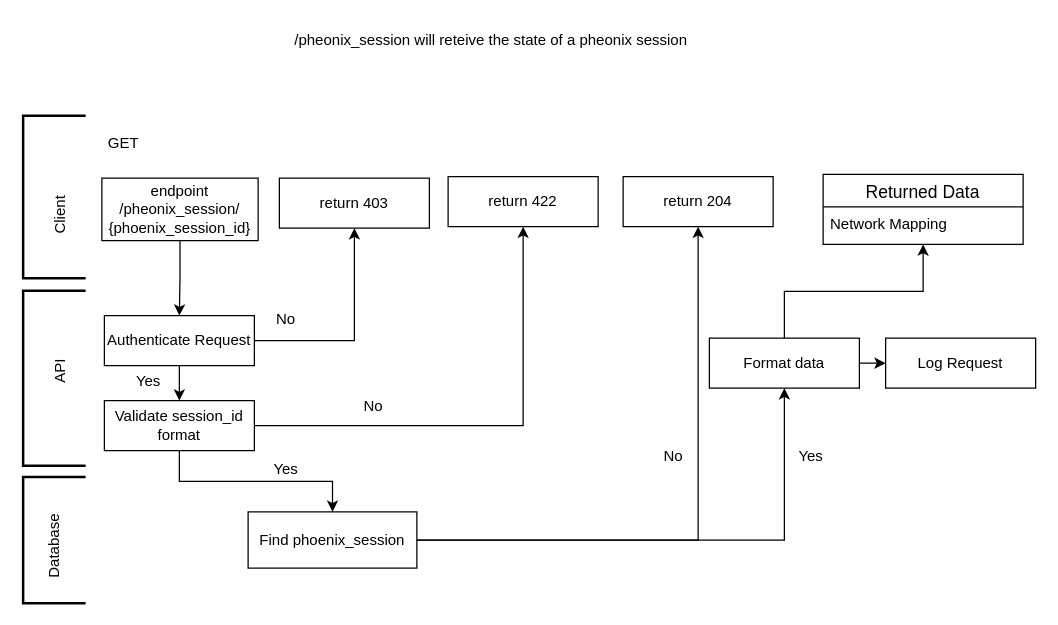
Before: page "GET /pheonix_session" (3 of 5) of pymsf/pymsf.drawio in ACCISA/msf_automate, a draw.io diagram. Source tidied: cells renumbered, new cells numbered last; positions are measured from the earlier drawing's top-left corner, leaving out a move shared by most shapes. Both pictures are drawn from the tidied source at 125%, with x=0, y=0 at pixel (4, 21).
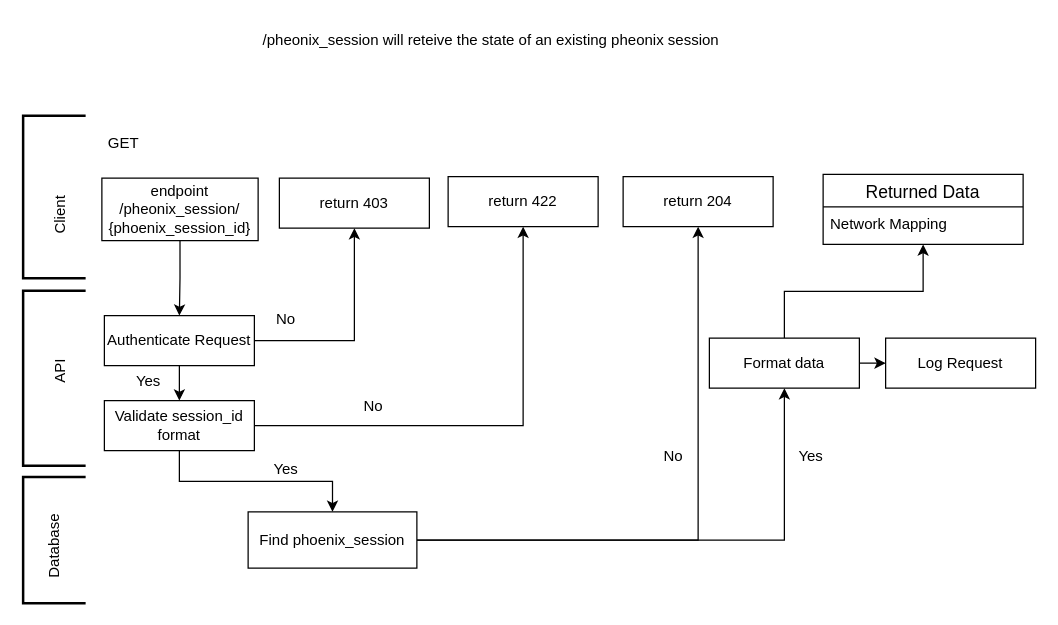
The same page after the edit.

Change to the diagram source:
```diff
@@
-    <mxCell id="16" value="/pheonix_session will reteive the state of a pheonix session" style="text;html=1;align=center;verticalAlign=middle;strokeColor=none;fillColor=none;" parent="1" vertex="1">
-      <mxGeometry x="214" width="350" height="30" as="geometry" />
+    <mxCell id="16" value="&lt;div&gt;/pheonix_session will reteive the state of an existing pheonix session&lt;/div&gt;" style="text;html=1;align=center;verticalAlign=middle;strokeColor=none;fillColor=none;" parent="1" vertex="1">
+      <mxGeometry x="189" width="400" height="30" as="geometry" />
     </mxCell>
```
